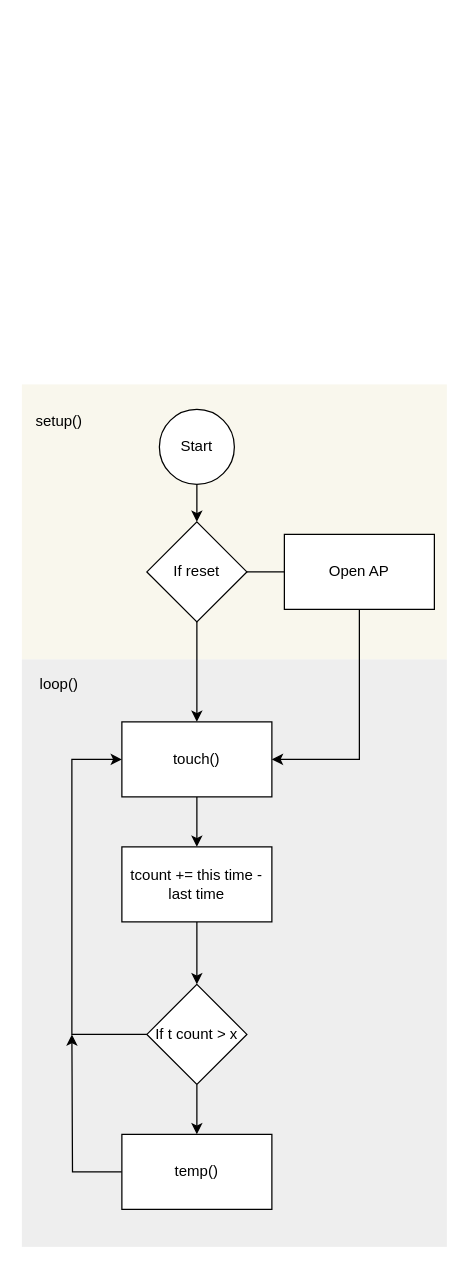
Before: Fachbericht/graphics/StatemaschineSensor.drawio in nussinussi/Projekt6Thesis, a draw.io diagram. Source tidied: cells renumbered, new cells numbered last; positions are measured from the earlier drawing's top-left corner, leaving out a move shared by most shapes. Both pictures are drawn from the tidied source at 125%, with x=0, y=0 at pixel (21, 384).
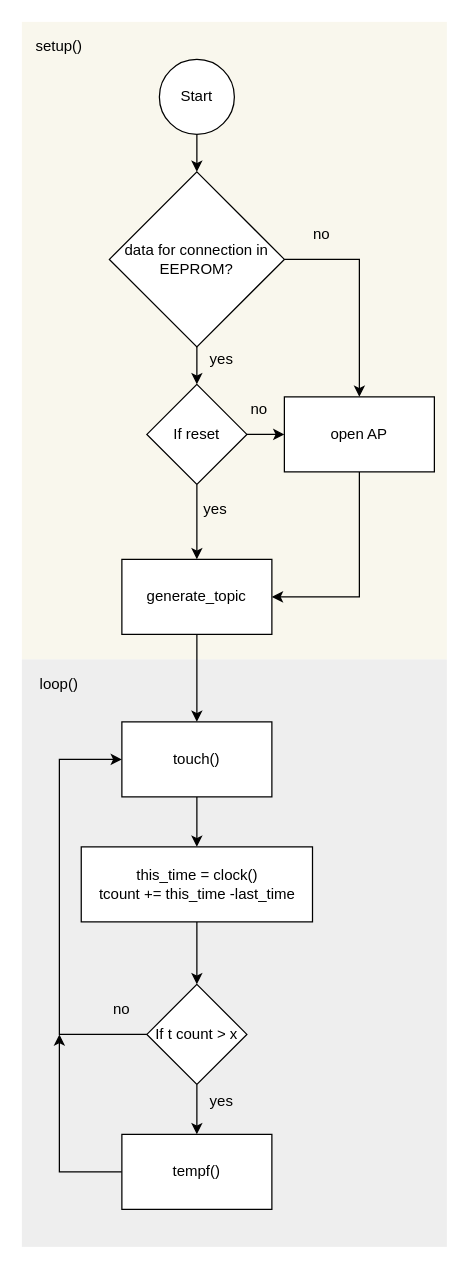
The same diagram, later.

The change refers to these unchanged cells:
```xml
<mxCell id="12" value="touch()" style="rounded=0;whiteSpace=wrap;html=1;" parent="1" vertex="1">
  <mxGeometry x="80" y="270" width="120" height="60" as="geometry" />
</mxCell>
<mxCell id="17" value="If t count &amp;gt; x" style="rhombus;whiteSpace=wrap;html=1;" parent="1" vertex="1">
  <mxGeometry x="100" y="480" width="80" height="80" as="geometry" />
</mxCell>
```

Change to the diagram source:
```diff
@@
     <mxCell id="2" style="rounded=0;whiteSpace=wrap;html=1;strokeColor=none;fillColor=#f9f7ed;" parent="1" vertex="1">
-      <mxGeometry width="340" height="220" as="geometry" />
+      <mxGeometry y="-290" width="340" height="510" as="geometry" />
     </mxCell>
@@
-    <mxCell id="4" style="edgeStyle=orthogonalEdgeStyle;rounded=0;jettySize=auto;html=1;" parent="1" edge="1" source="5" target="8">
-      <mxGeometry relative="1" as="geometry" />
-    </mxCell>
+    <mxCell id="22" style="edgeStyle=orthogonalEdgeStyle;rounded=0;jettySize=auto;html=1;" parent="1" edge="1" source="5" target="29">
+      <mxGeometry relative="1" as="geometry" />
+    </mxCell>
     <mxCell id="5" value="Start" style="ellipse;whiteSpace=wrap;html=1;" parent="1" vertex="1">
-      <mxGeometry x="110" y="20" width="60" height="60" as="geometry" />
+      <mxGeometry x="110" y="-260" width="60" height="60" as="geometry" />
     </mxCell>
-    <mxCell id="6" style="edgeStyle=orthogonalEdgeStyle;rounded=0;jettySize=auto;html=1;" parent="1" edge="1" source="8">
-      <mxGeometry relative="1" as="geometry">
-        <mxPoint x="260" y="150" as="targetPoint" />
-      </mxGeometry>
-    </mxCell>
-    <mxCell id="7" style="edgeStyle=orthogonalEdgeStyle;rounded=0;jettySize=auto;html=1;entryX=0.5;entryY=0;entryDx=0;entryDy=0;" parent="1" edge="1" source="8" target="12">
+    <mxCell id="7" style="edgeStyle=orthogonalEdgeStyle;rounded=0;jettySize=auto;html=1;" parent="1" edge="1" source="8" target="24">
       <mxGeometry relative="1" as="geometry" />
     </mxCell>
     <mxCell id="8" value="If reset" style="rhombus;whiteSpace=wrap;html=1;" parent="1" vertex="1">
-      <mxGeometry x="100" y="110" width="80" height="80" as="geometry" />
+      <mxGeometry x="100" width="80" height="80" as="geometry" />
     </mxCell>
-    <mxCell id="9" style="edgeStyle=orthogonalEdgeStyle;rounded=0;jettySize=auto;html=1;exitX=0.5;exitY=1;exitDx=0;exitDy=0;entryX=1;entryY=0.5;entryDx=0;entryDy=0;" parent="1" edge="1" source="10" target="12">
-      <mxGeometry relative="1" as="geometry" />
-    </mxCell>
-    <mxCell id="10" value="Open AP" style="rounded=0;whiteSpace=wrap;html=1;" parent="1" vertex="1">
-      <mxGeometry x="210" y="120" width="120" height="60" as="geometry" />
-    </mxCell>
@@
-    <mxCell id="14" value="tcount += this time -last time" style="rounded=0;whiteSpace=wrap;html=1;" parent="1" vertex="1">
-      <mxGeometry x="80" y="370" width="120" height="60" as="geometry" />
+    <mxCell id="14" value="this_time = clock()&lt;br&gt;tcount += this_time -last_time" style="rounded=0;whiteSpace=wrap;html=1;" parent="1" vertex="1">
+      <mxGeometry x="47.5" y="370" width="185" height="60" as="geometry" />
     </mxCell>
     <mxCell id="15" style="edgeStyle=orthogonalEdgeStyle;rounded=0;jettySize=auto;html=1;entryX=0;entryY=0.5;entryDx=0;entryDy=0;" parent="1" edge="1" source="17" target="12">
       <mxGeometry relative="1" as="geometry">
         <Array as="points">
-          <mxPoint x="40" y="520" />
-          <mxPoint x="40" y="300" />
+          <mxPoint x="30" y="520" />
+          <mxPoint x="30" y="300" />
         </Array>
       </mxGeometry>
     </mxCell>
@@
     <mxCell id="18" style="edgeStyle=orthogonalEdgeStyle;rounded=0;jettySize=auto;html=1;" parent="1" edge="1" source="19">
       <mxGeometry relative="1" as="geometry">
-        <mxPoint x="40" y="520" as="targetPoint" />
+        <mxPoint x="30" y="520" as="targetPoint" />
+        <Array as="points">
+          <mxPoint x="30" y="630" />
+        </Array>
       </mxGeometry>
     </mxCell>
-    <mxCell id="19" value="temp()" style="rounded=0;whiteSpace=wrap;html=1;" parent="1" vertex="1">
+    <mxCell id="19" value="tempf()" style="rounded=0;whiteSpace=wrap;html=1;" parent="1" vertex="1">
       <mxGeometry x="80" y="600" width="120" height="60" as="geometry" />
     </mxCell>
@@
     <mxCell id="21" value="setup()" style="text;html=1;strokeColor=none;fillColor=none;align=center;verticalAlign=middle;whiteSpace=wrap;rounded=0;" parent="1" vertex="1">
-      <mxGeometry x="10" y="20" width="40" height="20" as="geometry" />
+      <mxGeometry x="10" y="-280" width="40" height="20" as="geometry" />
     </mxCell>
+    <mxCell id="23" style="edgeStyle=orthogonalEdgeStyle;rounded=0;jettySize=auto;html=1;exitX=0.5;exitY=1;exitDx=0;exitDy=0;" parent="1" edge="1" source="24" target="12">
+      <mxGeometry relative="1" as="geometry" />
+    </mxCell>
+    <mxCell id="24" value="generate_topic" style="rounded=0;whiteSpace=wrap;html=1;" parent="1" vertex="1">
+      <mxGeometry x="80" y="140" width="120" height="60" as="geometry" />
+    </mxCell>
+    <mxCell id="25" style="edgeStyle=orthogonalEdgeStyle;rounded=0;jettySize=auto;html=1;exitX=0.5;exitY=1;exitDx=0;exitDy=0;entryX=1;entryY=0.5;entryDx=0;entryDy=0;" parent="1" edge="1" source="10" target="24">
+      <mxGeometry relative="1" as="geometry" />
+    </mxCell>
+    <mxCell id="10" value="open AP" style="rounded=0;whiteSpace=wrap;html=1;" parent="1" vertex="1">
+      <mxGeometry x="210" y="10" width="120" height="60" as="geometry" />
+    </mxCell>
+    <mxCell id="26" style="edgeStyle=orthogonalEdgeStyle;rounded=0;jettySize=auto;html=1;" parent="1" edge="1" source="8" target="10">
+      <mxGeometry relative="1" as="geometry" />
+    </mxCell>
+    <mxCell id="27" style="edgeStyle=orthogonalEdgeStyle;rounded=0;jettySize=auto;html=1;" parent="1" edge="1" source="29" target="8">
+      <mxGeometry relative="1" as="geometry" />
+    </mxCell>
+    <mxCell id="28" style="edgeStyle=orthogonalEdgeStyle;rounded=0;jettySize=auto;html=1;exitX=1;exitY=0.5;exitDx=0;exitDy=0;" parent="1" edge="1" source="29" target="10">
+      <mxGeometry relative="1" as="geometry" />
+    </mxCell>
+    <mxCell id="29" value="data for connection in EEPROM?" style="rhombus;whiteSpace=wrap;html=1;" parent="1" vertex="1">
+      <mxGeometry x="70" y="-170" width="140" height="140" as="geometry" />
+    </mxCell>
+    <mxCell id="30" value="no" style="text;html=1;strokeColor=none;fillColor=none;align=center;verticalAlign=middle;whiteSpace=wrap;rounded=0;" parent="1" vertex="1">
+      <mxGeometry x="220" y="-130" width="40" height="20" as="geometry" />
+    </mxCell>
+    <mxCell id="31" value="no" style="text;html=1;strokeColor=none;fillColor=none;align=center;verticalAlign=middle;whiteSpace=wrap;rounded=0;" parent="1" vertex="1">
+      <mxGeometry x="170" y="10" width="40" height="20" as="geometry" />
+    </mxCell>
+    <mxCell id="32" value="yes" style="text;html=1;strokeColor=none;fillColor=none;align=center;verticalAlign=middle;whiteSpace=wrap;rounded=0;" parent="1" vertex="1">
+      <mxGeometry x="140" y="-30" width="40" height="20" as="geometry" />
+    </mxCell>
+    <mxCell id="33" value="yes" style="text;html=1;strokeColor=none;fillColor=none;align=center;verticalAlign=middle;whiteSpace=wrap;rounded=0;" parent="1" vertex="1">
+      <mxGeometry x="130" y="90" width="50" height="20" as="geometry" />
+    </mxCell>
+    <mxCell id="34" style="edgeStyle=orthogonalEdgeStyle;rounded=0;orthogonalLoop=1;jettySize=auto;html=1;exitX=0.5;exitY=1;exitDx=0;exitDy=0;" parent="1" edge="1">
+      <mxGeometry relative="1" as="geometry">
+        <mxPoint x="510" y="-115" as="sourcePoint" />
+      </mxGeometry>
+    </mxCell>
+    <mxCell id="35" style="edgeStyle=orthogonalEdgeStyle;rounded=0;orthogonalLoop=1;jettySize=auto;html=1;" parent="1" edge="1">
+      <mxGeometry relative="1" as="geometry">
+        <mxPoint x="510" y="-20" as="sourcePoint" />
+      </mxGeometry>
+    </mxCell>
+    <mxCell id="36" style="edgeStyle=orthogonalEdgeStyle;rounded=0;orthogonalLoop=1;jettySize=auto;html=1;exitX=0.5;exitY=1;exitDx=0;exitDy=0;entryX=0.5;entryY=0;entryDx=0;entryDy=0;" parent="1" edge="1">
+      <mxGeometry relative="1" as="geometry">
+        <mxPoint x="468" y="575" as="sourcePoint" />
+      </mxGeometry>
+    </mxCell>
+    <mxCell id="37" style="edgeStyle=orthogonalEdgeStyle;rounded=0;orthogonalLoop=1;jettySize=auto;html=1;exitX=1;exitY=0.5;exitDx=0;exitDy=0;entryX=0.5;entryY=0;entryDx=0;entryDy=0;" parent="1" edge="1">
+      <mxGeometry relative="1" as="geometry">
+        <mxPoint x="533" y="510" as="sourcePoint" />
+      </mxGeometry>
+    </mxCell>
+    <mxCell id="38" style="edgeStyle=orthogonalEdgeStyle;rounded=0;orthogonalLoop=1;jettySize=auto;html=1;" parent="1" edge="1">
+      <mxGeometry relative="1" as="geometry">
+        <mxPoint x="468" y="685" as="sourcePoint" />
+      </mxGeometry>
+    </mxCell>
+    <mxCell id="39" style="edgeStyle=orthogonalEdgeStyle;rounded=0;orthogonalLoop=1;jettySize=auto;html=1;" parent="1" edge="1">
+      <mxGeometry relative="1" as="geometry">
+        <mxPoint x="510" y="-175" as="targetPoint" />
+      </mxGeometry>
+    </mxCell>
+    <mxCell id="40" value="yes" style="text;html=1;strokeColor=none;fillColor=none;align=center;verticalAlign=middle;whiteSpace=wrap;rounded=0;" parent="1" vertex="1">
+      <mxGeometry x="140" y="564" width="40" height="20" as="geometry" />
+    </mxCell>
+    <mxCell id="41" value="no" style="text;html=1;strokeColor=none;fillColor=none;align=center;verticalAlign=middle;whiteSpace=wrap;rounded=0;" parent="1" vertex="1">
+      <mxGeometry x="60" y="490" width="40" height="20" as="geometry" />
+    </mxCell>
```
